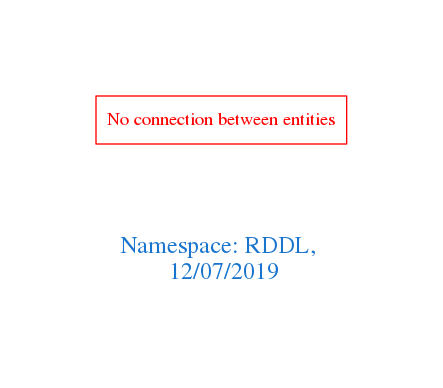
Above: downloads/RDDL.png in arago/OGIT (Graphviz), before the change. Its source is kept beside it as downloads/RDDL.dot.
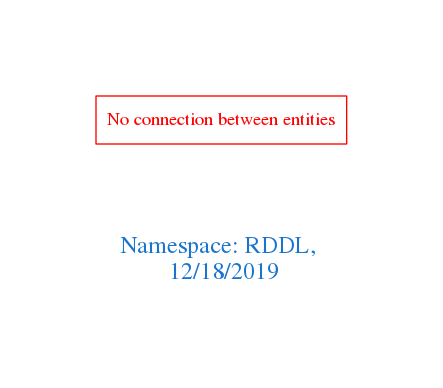
The same diagram one commit later.

Diff of the diagram source:
```diff
@@ -1,7 +1,7 @@
 digraph OGIT_ontology {
  graph [ rankdir= LR,pad=1
 fontsize = 18,
-fontcolor= dodgerblue3,label = "\n\n\nNamespace: RDDL, \n 12/07/2019"];
+fontcolor= dodgerblue3,label = "\n\n\nNamespace: RDDL, \n 12/18/2019"];
 node[shape=polygon];
 edge [  color="gray81"];
 
```
